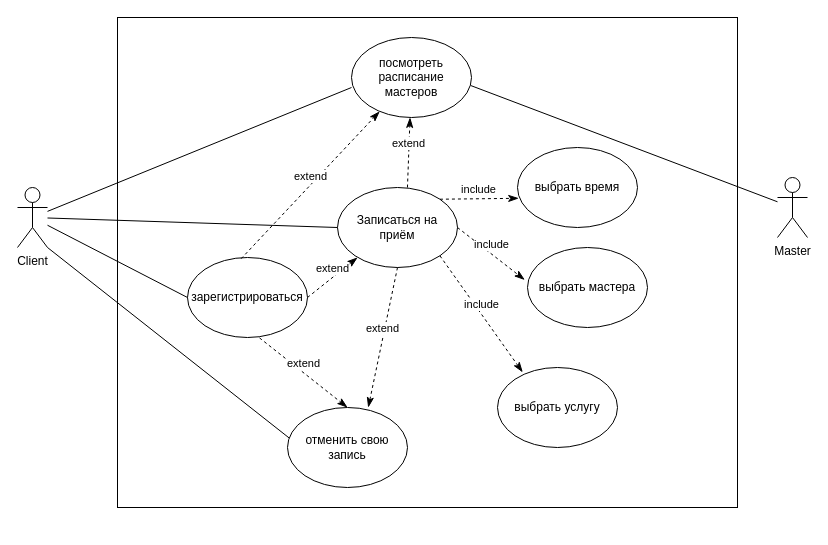
Above: ДВИ.drawio in Artvell3000/umlLab2 (draw.io), before the change. Source tidied: cells renumbered, new cells numbered last; positions are measured from the earlier drawing's top-left corner, leaving out a move shared by most shapes. Both pictures are drawn from the tidied source at 100%, with x=0, y=0 at pixel (17, 17).
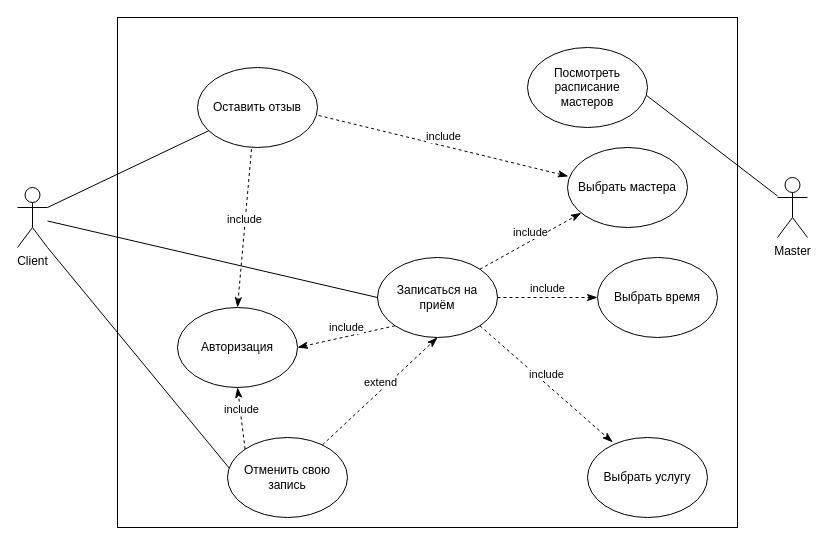
After the change.

Unchanged cells that the change refers to:
```xml
<mxCell id="3" value="Client" style="shape=umlActor;verticalLabelPosition=bottom;verticalAlign=top;html=1;outlineConnect=0;" parent="1" vertex="1">
  <mxGeometry y="170" width="30" height="60" as="geometry" />
</mxCell>
```

Change to the diagram source:
```diff
@@
     <mxCell id="2" style="rounded=0;whiteSpace=wrap;html=1;" parent="1" vertex="1">
-      <mxGeometry x="100" width="620" height="490" as="geometry" />
+      <mxGeometry x="100" width="620" height="510" as="geometry" />
     </mxCell>
@@
     <mxCell id="5" value="Записаться на приём" style="ellipse;whiteSpace=wrap;html=1;" parent="1" vertex="1">
-      <mxGeometry x="320" y="170" width="120" height="80" as="geometry" />
+      <mxGeometry x="360" y="240" width="120" height="80" as="geometry" />
     </mxCell>
-    <mxCell id="6" value="посмотреть расписание мастеров" style="ellipse;whiteSpace=wrap;html=1;" parent="1" vertex="1">
-      <mxGeometry x="334" y="20" width="120" height="80" as="geometry" />
+    <mxCell id="6" value="Посмотреть расписание мастеров" style="ellipse;whiteSpace=wrap;html=1;" parent="1" vertex="1">
+      <mxGeometry x="510" y="30" width="120" height="80" as="geometry" />
     </mxCell>
@@
-    <mxCell id="8" style="endArrow=none;html=1;rounded=0;entryX=0;entryY=0.625;entryDx=0;entryDy=0;entryPerimeter=0;" parent="1" edge="1" source="3" target="6">
-      <mxGeometry relative="1" as="geometry" />
-    </mxCell>
@@
-    <mxCell id="10" value="выбрать время" style="ellipse;whiteSpace=wrap;html=1;" parent="1" vertex="1">
-      <mxGeometry x="500" y="130" width="120" height="80" as="geometry" />
+    <mxCell id="10" value="Выбрать время" style="ellipse;whiteSpace=wrap;html=1;" parent="1" vertex="1">
+      <mxGeometry x="580" y="240" width="120" height="80" as="geometry" />
     </mxCell>
-    <mxCell id="11" value="выбрать услугу" style="ellipse;whiteSpace=wrap;html=1;" parent="1" vertex="1">
-      <mxGeometry x="480" y="350" width="120" height="80" as="geometry" />
+    <mxCell id="11" value="Выбрать услугу" style="ellipse;whiteSpace=wrap;html=1;" parent="1" vertex="1">
+      <mxGeometry x="570" y="420" width="120" height="80" as="geometry" />
     </mxCell>
-    <mxCell id="12" value="выбрать мастера" style="ellipse;whiteSpace=wrap;html=1;" parent="1" vertex="1">
-      <mxGeometry x="510" y="230" width="120" height="80" as="geometry" />
+    <mxCell id="12" value="Выбрать мастера" style="ellipse;whiteSpace=wrap;html=1;" parent="1" vertex="1">
+      <mxGeometry x="550" y="130" width="120" height="80" as="geometry" />
     </mxCell>
-    <mxCell id="13" value="include" style="html=1;verticalAlign=bottom;endArrow=classicThin;dashed=1;endSize=8;curved=0;rounded=0;exitX=1;exitY=0;exitDx=0;exitDy=0;entryX=0.01;entryY=0.635;entryDx=0;entryDy=0;entryPerimeter=0;endFill=1;" parent="1" edge="1" source="5" target="10">
+    <mxCell id="13" value="include" style="html=1;verticalAlign=bottom;endArrow=classicThin;dashed=1;endSize=8;curved=0;rounded=0;exitX=1;exitY=0.5;exitDx=0;exitDy=0;entryX=0;entryY=0.5;entryDx=0;entryDy=0;endFill=1;" parent="1" edge="1" source="5" target="10">
       <mxGeometry relative="1" as="geometry" />
     </mxCell>
-    <mxCell id="14" value="include" style="html=1;verticalAlign=bottom;endArrow=classicThin;dashed=1;endSize=8;curved=0;rounded=0;exitX=1;exitY=0.5;exitDx=0;exitDy=0;entryX=-0.023;entryY=0.405;entryDx=0;entryDy=0;entryPerimeter=0;endFill=1;" parent="1" edge="1" source="5" target="12">
+    <mxCell id="14" value="include" style="html=1;verticalAlign=bottom;endArrow=classicThin;dashed=1;endSize=8;curved=0;rounded=0;exitX=1;exitY=0;exitDx=0;exitDy=0;endFill=1;" parent="1" edge="1" source="5" target="12">
       <mxGeometry relative="1" as="geometry" />
     </mxCell>
@@
-    <mxCell id="16" value="extend" style="html=1;verticalAlign=bottom;endArrow=classicThin;dashed=1;endSize=8;curved=0;rounded=0;exitX=0.583;exitY=0;exitDx=0;exitDy=0;endFill=1;exitPerimeter=0;" parent="1" edge="1" source="5" target="6">
-      <mxGeometry relative="1" as="geometry" />
-    </mxCell>
-    <mxCell id="17" value="отменить свою запись" style="ellipse;whiteSpace=wrap;html=1;" parent="1" vertex="1">
-      <mxGeometry x="270" y="390" width="120" height="80" as="geometry" />
+    <mxCell id="17" value="Отменить свою запись" style="ellipse;whiteSpace=wrap;html=1;" parent="1" vertex="1">
+      <mxGeometry x="210" y="420" width="120" height="80" as="geometry" />
     </mxCell>
@@
-    <mxCell id="19" value="extend" style="html=1;verticalAlign=bottom;endArrow=classicThin;dashed=1;endSize=8;curved=0;rounded=0;exitX=0.5;exitY=1;exitDx=0;exitDy=0;endFill=1;entryX=0.673;entryY=0;entryDx=0;entryDy=0;entryPerimeter=0;" parent="1" edge="1" source="5" target="17">
+    <mxCell id="19" value="extend" style="html=1;verticalAlign=bottom;endArrow=classicThin;dashed=1;endSize=8;curved=0;rounded=0;endFill=1;entryX=0.5;entryY=1;entryDx=0;entryDy=0;" parent="1" edge="1" source="17" target="5">
       <mxGeometry relative="1" as="geometry" />
     </mxCell>
-    <mxCell id="20" value="зарегистрироваться" style="ellipse;whiteSpace=wrap;html=1;" parent="1" vertex="1">
-      <mxGeometry x="170" y="240" width="120" height="80" as="geometry" />
+    <mxCell id="20" value="Авторизация" style="ellipse;whiteSpace=wrap;html=1;" parent="1" vertex="1">
+      <mxGeometry x="160" y="290" width="120" height="80" as="geometry" />
     </mxCell>
-    <mxCell id="21" style="endArrow=none;html=1;rounded=0;entryX=0;entryY=0.5;entryDx=0;entryDy=0;" parent="1" edge="1" source="3" target="20">
-      <mxGeometry relative="1" as="geometry" />
-    </mxCell>
-    <mxCell id="22" value="extend" style="html=1;verticalAlign=bottom;endArrow=classicThin;dashed=1;endSize=8;curved=0;rounded=0;exitX=0.447;exitY=0.015;exitDx=0;exitDy=0;endFill=1;exitPerimeter=0;" parent="1" edge="1" source="20" target="6">
-      <mxGeometry relative="1" as="geometry" />
-    </mxCell>
-    <mxCell id="23" value="extend" style="html=1;verticalAlign=bottom;endArrow=classicThin;dashed=1;endSize=8;curved=0;rounded=0;exitX=0.6;exitY=1.005;exitDx=0;exitDy=0;endFill=1;exitPerimeter=0;entryX=0.5;entryY=0;entryDx=0;entryDy=0;" parent="1" edge="1" source="20" target="17">
-      <mxGeometry relative="1" as="geometry" />
-    </mxCell>
-    <mxCell id="24" value="extend" style="html=1;verticalAlign=bottom;endArrow=classicThin;dashed=1;endSize=8;curved=0;rounded=0;exitX=1;exitY=0.5;exitDx=0;exitDy=0;endFill=1;entryX=0.167;entryY=0.875;entryDx=0;entryDy=0;entryPerimeter=0;" parent="1" edge="1" source="20" target="5">
-      <mxGeometry relative="1" as="geometry" />
-    </mxCell>
+    <mxCell id="25" value="include" style="html=1;verticalAlign=bottom;endArrow=classicThin;dashed=1;endSize=8;curved=0;rounded=0;exitX=0;exitY=1;exitDx=0;exitDy=0;entryX=1;entryY=0.5;entryDx=0;entryDy=0;endFill=1;" parent="1" edge="1" source="5" target="20">
+      <mxGeometry relative="1" as="geometry" />
+    </mxCell>
+    <mxCell id="26" value="include" style="html=1;verticalAlign=bottom;endArrow=classicThin;dashed=1;endSize=8;curved=0;rounded=0;exitX=0;exitY=0;exitDx=0;exitDy=0;endFill=1;entryX=0.5;entryY=1;entryDx=0;entryDy=0;" parent="1" edge="1" source="17" target="20">
+      <mxGeometry relative="1" as="geometry" />
+    </mxCell>
+    <mxCell id="27" value="Оставить отзыв" style="ellipse;whiteSpace=wrap;html=1;" parent="1" vertex="1">
+      <mxGeometry x="180" y="50" width="120" height="80" as="geometry" />
+    </mxCell>
+    <mxCell id="28" value="include" style="html=1;verticalAlign=bottom;endArrow=classicThin;dashed=1;endSize=8;curved=0;rounded=0;exitX=0.45;exitY=1.02;exitDx=0;exitDy=0;entryX=0.5;entryY=0;entryDx=0;entryDy=0;endFill=1;exitPerimeter=0;" parent="1" edge="1" source="27" target="20">
+      <mxGeometry relative="1" as="geometry" />
+    </mxCell>
+    <mxCell id="29" value="include" style="html=1;verticalAlign=bottom;endArrow=classicThin;dashed=1;endSize=8;curved=0;rounded=0;exitX=1.01;exitY=0.6;exitDx=0;exitDy=0;entryX=0.007;entryY=0.36;entryDx=0;entryDy=0;endFill=1;exitPerimeter=0;entryPerimeter=0;" parent="1" edge="1" source="27" target="12">
+      <mxGeometry relative="1" as="geometry" />
+    </mxCell>
+    <mxCell id="30" style="endArrow=none;html=1;rounded=0;exitX=1;exitY=0.3333333333333333;exitDx=0;exitDy=0;exitPerimeter=0;" parent="1" edge="1" source="3" target="27">
+      <mxGeometry relative="1" as="geometry" />
+    </mxCell>
```
